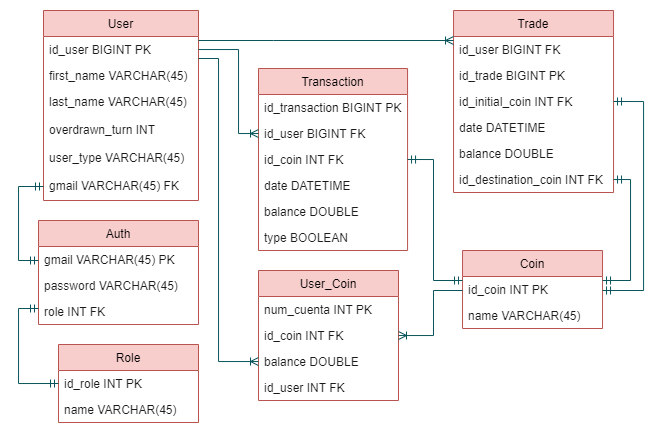
This is Diagramas/Diagrama Entidad-Relación.png from LeoGrigoriadis/Proyecto-Final-Java, a draw.io export, as it was before one commit. Source tidied: cells renumbered, new cells last; positions are measured from the earlier drawing's top-left corner, leaving out a move shared by most shapes.
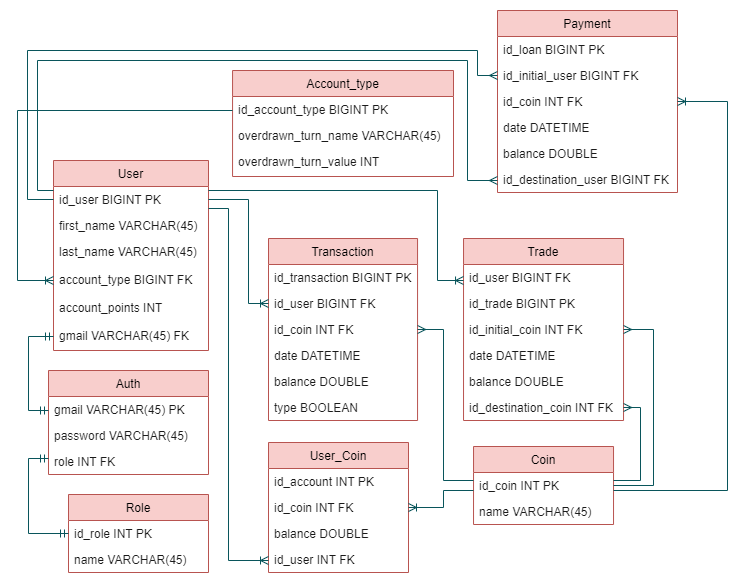
Later version of the same file.

Commit message:
Nuevo cambio a Diagrama

Agregué la tabla Account_type donde especificamos los tipos de usuario disponible (los cuales tendrán ventajas específicas previamente planteadas) y la tabla Payment que permite realizar transacciones entre usuarios, momentáneamente como pagos.

The edit, as a diff of the source:
```diff
@@ -3,7 +3,7 @@
     <mxCell id="0" />
     <mxCell id="1" parent="0" />
     <mxCell id="2" value="Auth" style="swimlane;fontStyle=0;horizontal=1;startSize=26;fillColor=#f8cecc;strokeColor=#b85450;swimlaneFillColor=default;" parent="1" vertex="1">
-      <mxGeometry x="20" y="210" width="160" height="104" as="geometry" />
+      <mxGeometry x="-29" y="180" width="160" height="104" as="geometry" />
     </mxCell>
     <mxCell id="3" value="gmail VARCHAR(45) PK" style="text;strokeColor=none;fillColor=none;align=left;verticalAlign=top;spacingLeft=4;spacingRight=4;overflow=hidden;points=[[0,0.5],[1,0.5]];portConstraint=eastwest;fontColor=#1A1A1A;" parent="2" vertex="1">
       <mxGeometry y="26" width="160" height="26" as="geometry" />
@@ -15,7 +15,7 @@
       <mxGeometry y="78" width="160" height="26" as="geometry" />
     </mxCell>
     <mxCell id="6" value="Role" style="swimlane;fontStyle=0;horizontal=1;startSize=26;fillColor=#f8cecc;strokeColor=#b85450;swimlaneFillColor=default;" parent="1" vertex="1">
-      <mxGeometry x="40" y="334" width="140" height="78" as="geometry" />
+      <mxGeometry x="-9" y="304" width="140" height="78" as="geometry" />
     </mxCell>
     <mxCell id="7" value="id_role INT PK" style="text;strokeColor=none;fillColor=none;align=left;verticalAlign=top;spacingLeft=4;spacingRight=4;overflow=hidden;points=[[0,0.5],[1,0.5]];portConstraint=eastwest;fontColor=#1A1A1A;" parent="6" vertex="1">
       <mxGeometry y="26" width="140" height="26" as="geometry" />
@@ -24,7 +24,7 @@
       <mxGeometry y="52" width="140" height="26" as="geometry" />
     </mxCell>
     <mxCell id="9" value="User" style="swimlane;fontStyle=0;horizontal=1;startSize=26;fillColor=#f8cecc;strokeColor=#b85450;swimlaneFillColor=default;" parent="1" vertex="1">
-      <mxGeometry x="25" width="155" height="190" as="geometry" />
+      <mxGeometry x="-24" y="-30" width="155" height="190" as="geometry" />
     </mxCell>
     <mxCell id="10" value="id_user BIGINT PK" style="text;strokeColor=none;fillColor=none;align=left;verticalAlign=top;spacingLeft=4;spacingRight=4;overflow=hidden;points=[[0,0.5],[1,0.5]];portConstraint=eastwest;fontColor=#1A1A1A;" parent="9" vertex="1">
       <mxGeometry y="26" width="155" height="26" as="geometry" />
@@ -35,17 +35,17 @@
     <mxCell id="12" value="last_name VARCHAR(45)" style="text;strokeColor=none;fillColor=none;align=left;verticalAlign=top;spacingLeft=4;spacingRight=4;overflow=hidden;fontColor=#1A1A1A;" parent="9" vertex="1">
       <mxGeometry y="78" width="155" height="28" as="geometry" />
     </mxCell>
-    <mxCell id="13" value="overdrawn_turn INT " style="text;strokeColor=none;fillColor=none;align=left;verticalAlign=top;spacingLeft=4;spacingRight=4;overflow=hidden;fontColor=#1A1A1A;" parent="9" vertex="1">
-      <mxGeometry y="106" width="155" height="28" as="geometry" />
-    </mxCell>
-    <mxCell id="14" value="user_type VARCHAR(45)" style="text;strokeColor=none;fillColor=none;align=left;verticalAlign=top;spacingLeft=4;spacingRight=4;overflow=hidden;points=[[0,0.5],[1,0.5]];portConstraint=eastwest;fontColor=#1A1A1A;" parent="9" vertex="1">
-      <mxGeometry y="134" width="155" height="28" as="geometry" />
+    <mxCell id="14" value="account_type BIGINT FK" style="text;strokeColor=none;fillColor=none;align=left;verticalAlign=top;spacingLeft=4;spacingRight=4;overflow=hidden;points=[[0,0.5],[1,0.5]];portConstraint=eastwest;fontColor=#1A1A1A;" parent="9" vertex="1">
+      <mxGeometry y="106" width="155" height="28" as="geometry" />
     </mxCell>
+    <mxCell id="47" value="account_points INT" style="text;strokeColor=none;fillColor=none;align=left;verticalAlign=top;spacingLeft=4;spacingRight=4;overflow=hidden;fontColor=#1A1A1A;" parent="9" vertex="1">
+      <mxGeometry y="134" width="155" height="28" as="geometry" />
+    </mxCell>
     <mxCell id="15" value="gmail VARCHAR(45) FK" style="text;strokeColor=none;fillColor=none;align=left;verticalAlign=top;spacingLeft=4;spacingRight=4;overflow=hidden;points=[[0,0.5],[1,0.5]];portConstraint=eastwest;fontColor=#1A1A1A;" parent="9" vertex="1">
       <mxGeometry y="162" width="155" height="28" as="geometry" />
     </mxCell>
     <mxCell id="16" value="Coin" style="swimlane;fontStyle=0;horizontal=1;startSize=26;fillColor=#f8cecc;strokeColor=#b85450;swimlaneFillColor=default;" parent="1" vertex="1">
-      <mxGeometry x="444" y="240" width="140" height="78" as="geometry" />
+      <mxGeometry x="396" y="256" width="140" height="78" as="geometry" />
     </mxCell>
     <mxCell id="17" value="id_coin INT PK" style="text;strokeColor=none;fillColor=none;align=left;verticalAlign=top;spacingLeft=4;spacingRight=4;overflow=hidden;points=[[0,0.5],[1,0.5]];portConstraint=eastwest;fontColor=#1A1A1A;" parent="16" vertex="1">
       <mxGeometry y="26" width="140" height="26" as="geometry" />
@@ -54,7 +54,7 @@
       <mxGeometry y="52" width="140" height="26" as="geometry" />
     </mxCell>
     <mxCell id="19" value="Transaction" style="swimlane;fontStyle=0;horizontal=1;startSize=26;fillColor=#f8cecc;strokeColor=#b85450;swimlaneFillColor=default;" parent="1" vertex="1">
-      <mxGeometry x="240" y="58" width="149.1" height="182" as="geometry" />
+      <mxGeometry x="191" y="48" width="149.1" height="182" as="geometry" />
     </mxCell>
     <mxCell id="20" value="id_transaction BIGINT PK" style="text;strokeColor=none;fillColor=none;align=left;verticalAlign=top;spacingLeft=4;spacingRight=4;overflow=hidden;fontColor=#1A1A1A;" parent="19" vertex="1">
       <mxGeometry y="26" width="149.1" height="26" as="geometry" />
@@ -75,9 +75,9 @@
       <mxGeometry y="156" width="149.1" height="26" as="geometry" />
     </mxCell>
     <mxCell id="26" value="User_Coin" style="swimlane;fontStyle=0;horizontal=1;startSize=26;fillColor=#f8cecc;strokeColor=#b85450;swimlaneFillColor=default;" parent="1" vertex="1">
-      <mxGeometry x="240" y="260" width="140" height="130" as="geometry" />
+      <mxGeometry x="191" y="252" width="140" height="130" as="geometry" />
     </mxCell>
-    <mxCell id="27" value="num_cuenta INT PK" style="text;strokeColor=none;fillColor=none;align=left;verticalAlign=top;spacingLeft=4;spacingRight=4;overflow=hidden;fontColor=#1A1A1A;" parent="26" vertex="1">
+    <mxCell id="27" value="id_account INT PK" style="text;strokeColor=none;fillColor=none;align=left;verticalAlign=top;spacingLeft=4;spacingRight=4;overflow=hidden;fontColor=#1A1A1A;" parent="26" vertex="1">
       <mxGeometry y="26" width="140" height="26" as="geometry" />
     </mxCell>
     <mxCell id="28" value="id_coin INT FK" style="text;strokeColor=none;fillColor=none;align=left;verticalAlign=top;spacingLeft=4;spacingRight=4;overflow=hidden;points=[[0,0.5],[1,0.5]];portConstraint=eastwest;fontColor=#1A1A1A;" parent="26" vertex="1">
@@ -90,7 +90,7 @@
       <mxGeometry y="104" width="140" height="26" as="geometry" />
     </mxCell>
     <mxCell id="31" value="Trade" style="swimlane;fontStyle=0;horizontal=1;startSize=26;fillColor=#f8cecc;strokeColor=#b85450;swimlaneFillColor=default;" parent="1" vertex="1">
-      <mxGeometry x="435" width="160" height="182" as="geometry" />
+      <mxGeometry x="386" y="48" width="160" height="182" as="geometry" />
     </mxCell>
     <mxCell id="32" value="id_user BIGINT FK" style="text;strokeColor=none;fillColor=none;align=left;verticalAlign=top;spacingLeft=4;spacingRight=4;overflow=hidden;points=[[0,0.5],[1,0.5]];portConstraint=eastwest;fontColor=#1A1A1A;" parent="31" vertex="1">
       <mxGeometry y="26" width="160" height="26" as="geometry" />
@@ -110,77 +110,146 @@
     <mxCell id="37" value="id_destination_coin INT FK" style="text;strokeColor=none;fillColor=none;align=left;verticalAlign=top;spacingLeft=4;spacingRight=4;overflow=hidden;points=[[0,0.5],[1,0.5]];portConstraint=eastwest;fontColor=#1A1A1A;" parent="31" vertex="1">
       <mxGeometry y="156" width="160" height="26" as="geometry" />
     </mxCell>
-    <mxCell id="38" style="edgeStyle=orthogonalEdgeStyle;fontSize=12;html=1;endArrow=ERmandOne;startArrow=ERmandOne;rounded=0;entryX=1;entryY=0.5;entryDx=0;entryDy=0;strokeColor=#09555B;fontColor=#1A1A1A;" parent="1" edge="1" source="17" target="22">
+    <mxCell id="38" style="edgeStyle=orthogonalEdgeStyle;fontSize=12;html=1;endArrow=ERmany;startArrow=none;rounded=0;entryX=1;entryY=0.5;entryDx=0;entryDy=0;strokeColor=#09555B;fontColor=#1A1A1A;startFill=0;endFill=0;" parent="1" edge="1" source="17" target="22">
       <mxGeometry relative="1" as="geometry">
         <Array as="points">
-          <mxPoint x="415" y="270" />
-          <mxPoint x="415" y="149" />
+          <mxPoint x="366" y="290" />
+          <mxPoint x="366" y="139" />
         </Array>
       </mxGeometry>
     </mxCell>
-    <mxCell id="39" style="edgeStyle=orthogonalEdgeStyle;fontSize=12;html=1;endArrow=ERmandOne;startArrow=ERmandOne;rounded=0;entryX=1;entryY=0.5;entryDx=0;entryDy=0;strokeColor=#09555B;fontColor=#1A1A1A;" parent="1" edge="1" source="17" target="34">
+    <mxCell id="39" style="edgeStyle=orthogonalEdgeStyle;fontSize=12;html=1;endArrow=ERmany;startArrow=none;rounded=0;entryX=1;entryY=0.5;entryDx=0;entryDy=0;strokeColor=#09555B;fontColor=#1A1A1A;startFill=0;endFill=0;" parent="1" edge="1" source="17" target="34">
       <mxGeometry relative="1" as="geometry">
         <Array as="points">
-          <mxPoint x="625.1" y="280" />
-          <mxPoint x="625.1" y="91" />
+          <mxPoint x="576" y="295" />
+          <mxPoint x="576" y="139" />
         </Array>
       </mxGeometry>
     </mxCell>
     <mxCell id="40" style="edgeStyle=orthogonalEdgeStyle;fontSize=12;html=1;endArrow=none;startArrow=ERoneToMany;rounded=0;strokeColor=#09555B;fontColor=#1A1A1A;startFill=0;endFill=0;" parent="1" edge="1" source="21" target="10">
       <mxGeometry relative="1" as="geometry">
         <Array as="points">
-          <mxPoint x="220" y="123" />
-          <mxPoint x="220" y="39" />
+          <mxPoint x="171" y="113" />
+          <mxPoint x="171" y="9" />
         </Array>
       </mxGeometry>
     </mxCell>
     <mxCell id="41" style="edgeStyle=orthogonalEdgeStyle;fontSize=12;html=1;endArrow=ERoneToMany;startArrow=none;rounded=0;strokeColor=#09555B;fontColor=#1A1A1A;endFill=0;startFill=0;" parent="1" edge="1" source="10" target="32">
       <mxGeometry relative="1" as="geometry">
         <Array as="points">
-          <mxPoint x="255" y="30" />
-          <mxPoint x="255" y="30" />
+          <mxPoint x="360" />
+          <mxPoint x="360" y="90" />
         </Array>
       </mxGeometry>
     </mxCell>
     <mxCell id="42" style="edgeStyle=orthogonalEdgeStyle;fontSize=12;html=1;endArrow=ERmandOne;startArrow=ERmandOne;rounded=0;entryX=0;entryY=0.5;entryDx=0;entryDy=0;strokeColor=#09555B;fontColor=#1A1A1A;" parent="1" edge="1" source="5" target="7">
       <mxGeometry relative="1" as="geometry">
         <Array as="points">
-          <mxPoint y="298" />
-          <mxPoint y="373" />
+          <mxPoint x="-49" y="268" />
+          <mxPoint x="-49" y="343" />
         </Array>
       </mxGeometry>
     </mxCell>
     <mxCell id="43" style="edgeStyle=orthogonalEdgeStyle;fontSize=12;html=1;endArrow=ERmandOne;startArrow=ERmandOne;rounded=0;strokeColor=#09555B;fontColor=#1A1A1A;" parent="1" edge="1" source="3" target="15">
       <mxGeometry relative="1" as="geometry">
         <Array as="points">
-          <mxPoint y="250" />
-          <mxPoint y="176" />
+          <mxPoint x="-49" y="220" />
+          <mxPoint x="-49" y="146" />
         </Array>
       </mxGeometry>
     </mxCell>
-    <mxCell id="44" style="edgeStyle=orthogonalEdgeStyle;fontSize=12;html=1;endArrow=ERoneToMany;rounded=0;strokeColor=#09555B;fontColor=#1A1A1A;startArrow=none;startFill=0;" parent="1" edge="1" source="10" target="29">
+    <mxCell id="44" style="edgeStyle=orthogonalEdgeStyle;fontSize=12;html=1;endArrow=ERoneToMany;rounded=0;strokeColor=#09555B;fontColor=#1A1A1A;startArrow=none;startFill=0;" parent="1" edge="1" source="10" target="30">
       <mxGeometry relative="1" as="geometry">
         <Array as="points">
-          <mxPoint x="200" y="48" />
-          <mxPoint x="200" y="351" />
+          <mxPoint x="151" y="18" />
+          <mxPoint x="151" y="370" />
         </Array>
       </mxGeometry>
     </mxCell>
     <mxCell id="45" style="edgeStyle=orthogonalEdgeStyle;fontSize=12;html=1;endArrow=ERoneToMany;rounded=0;strokeColor=#09555B;fontColor=#1A1A1A;startArrow=none;startFill=0;" parent="1" edge="1" source="17" target="28">
       <mxGeometry relative="1" as="geometry">
         <Array as="points">
-          <mxPoint x="415" y="280" />
-          <mxPoint x="415" y="325" />
+          <mxPoint x="366" y="300" />
+          <mxPoint x="366" y="317" />
         </Array>
       </mxGeometry>
     </mxCell>
-    <mxCell id="46" style="edgeStyle=orthogonalEdgeStyle;fontSize=12;html=1;endArrow=ERmandOne;startArrow=ERmandOne;rounded=0;strokeColor=#09555B;fontColor=#1A1A1A;" parent="1" edge="1" source="17" target="37">
+    <mxCell id="46" style="edgeStyle=orthogonalEdgeStyle;fontSize=12;html=1;endArrow=ERmany;startArrow=none;rounded=0;strokeColor=#09555B;fontColor=#1A1A1A;endFill=0;startFill=0;" parent="1" edge="1" source="17" target="37">
       <mxGeometry relative="1" as="geometry">
         <Array as="points">
-          <mxPoint x="612.1" y="270" />
-          <mxPoint x="612.1" y="169" />
+          <mxPoint x="563" y="290" />
+          <mxPoint x="563" y="217" />
         </Array>
       </mxGeometry>
     </mxCell>
+    <mxCell id="48" value="Account_type" style="swimlane;fontStyle=0;horizontal=1;startSize=26;fillColor=#f8cecc;strokeColor=#b85450;swimlaneFillColor=default;" parent="1" vertex="1">
+      <mxGeometry x="155.1" y="-120" width="220.9" height="106" as="geometry" />
+    </mxCell>
+    <mxCell id="49" value="id_account_type BIGINT PK" style="text;strokeColor=none;fillColor=none;align=left;verticalAlign=top;spacingLeft=4;spacingRight=4;overflow=hidden;points=[[0,0.5],[1,0.5]];portConstraint=eastwest;fontColor=#1A1A1A;" parent="48" vertex="1">
+      <mxGeometry y="26" width="220.9" height="26" as="geometry" />
+    </mxCell>
+    <mxCell id="50" value="overdrawn_turn_name VARCHAR(45)" style="text;strokeColor=none;fillColor=none;align=left;verticalAlign=top;spacingLeft=4;spacingRight=4;overflow=hidden;fontColor=#1A1A1A;" parent="48" vertex="1">
+      <mxGeometry y="52" width="220.9" height="26" as="geometry" />
+    </mxCell>
+    <mxCell id="51" value="overdrawn_turn_value INT" style="text;strokeColor=none;fillColor=none;align=left;verticalAlign=top;spacingLeft=4;spacingRight=4;overflow=hidden;fontColor=#1A1A1A;" parent="48" vertex="1">
+      <mxGeometry y="78" width="220.9" height="28" as="geometry" />
+    </mxCell>
+    <mxCell id="52" style="edgeStyle=orthogonalEdgeStyle;fontSize=12;html=1;endArrow=ERoneToMany;rounded=0;strokeColor=#09555B;" parent="1" edge="1" source="49" target="14">
+      <mxGeometry relative="1" as="geometry">
+        <Array as="points">
+          <mxPoint x="-60" y="-80" />
+          <mxPoint x="-60" y="90" />
+        </Array>
+      </mxGeometry>
+    </mxCell>
+    <mxCell id="53" value="Payment" style="swimlane;fontStyle=0;horizontal=1;startSize=26;fillColor=#f8cecc;strokeColor=#b85450;swimlaneFillColor=default;" parent="1" vertex="1">
+      <mxGeometry x="420" y="-180" width="180" height="182" as="geometry" />
+    </mxCell>
+    <mxCell id="54" value="id_loan BIGINT PK" style="text;strokeColor=none;fillColor=none;align=left;verticalAlign=top;spacingLeft=4;spacingRight=4;overflow=hidden;fontColor=#1A1A1A;" parent="53" vertex="1">
+      <mxGeometry y="26" width="180" height="26" as="geometry" />
+    </mxCell>
+    <mxCell id="55" value="id_initial_user BIGINT FK" style="text;strokeColor=none;fillColor=none;align=left;verticalAlign=top;spacingLeft=4;spacingRight=4;overflow=hidden;points=[[0,0.5],[1,0.5]];portConstraint=eastwest;fontColor=#1A1A1A;" parent="53" vertex="1">
+      <mxGeometry y="52" width="180" height="26" as="geometry" />
+    </mxCell>
+    <mxCell id="56" value="id_coin INT FK" style="text;strokeColor=none;fillColor=none;align=left;verticalAlign=top;spacingLeft=4;spacingRight=4;overflow=hidden;points=[[0,0.5],[1,0.5]];portConstraint=eastwest;fontColor=#1A1A1A;" parent="53" vertex="1">
+      <mxGeometry y="78" width="180" height="26" as="geometry" />
+    </mxCell>
+    <mxCell id="57" value="date DATETIME" style="text;strokeColor=none;fillColor=none;align=left;verticalAlign=top;spacingLeft=4;spacingRight=4;overflow=hidden;fontColor=#1A1A1A;" parent="53" vertex="1">
+      <mxGeometry y="104" width="180" height="26" as="geometry" />
+    </mxCell>
+    <mxCell id="58" value="balance DOUBLE" style="text;strokeColor=none;fillColor=none;align=left;verticalAlign=top;spacingLeft=4;spacingRight=4;overflow=hidden;fontColor=#1A1A1A;" parent="53" vertex="1">
+      <mxGeometry y="130" width="180" height="26" as="geometry" />
+    </mxCell>
+    <mxCell id="59" value="id_destination_user BIGINT FK" style="text;strokeColor=none;fillColor=none;align=left;verticalAlign=top;spacingLeft=4;spacingRight=4;overflow=hidden;points=[[0,0.5],[1,0.5]];portConstraint=eastwest;fontColor=#1A1A1A;" parent="53" vertex="1">
+      <mxGeometry y="156" width="180" height="26" as="geometry" />
+    </mxCell>
+    <mxCell id="60" style="edgeStyle=orthogonalEdgeStyle;fontSize=12;html=1;endArrow=ERmany;rounded=0;strokeColor=#09555B;" parent="1" edge="1" source="10" target="55">
+      <mxGeometry relative="1" as="geometry">
+        <Array as="points">
+          <mxPoint x="-50" y="9" />
+          <mxPoint x="-50" y="-140" />
+          <mxPoint x="400" y="-140" />
+          <mxPoint x="400" y="-115" />
+        </Array>
+      </mxGeometry>
+    </mxCell>
+    <mxCell id="61" style="edgeStyle=orthogonalEdgeStyle;fontSize=12;html=1;endArrow=ERmany;rounded=0;strokeColor=#09555B;" parent="1" edge="1" source="10" target="59">
+      <mxGeometry relative="1" as="geometry">
+        <Array as="points">
+          <mxPoint x="-40" />
+          <mxPoint x="-40" y="-130" />
+          <mxPoint x="390" y="-130" />
+          <mxPoint x="390" y="-10" />
+        </Array>
+      </mxGeometry>
+    </mxCell>
+    <mxCell id="62" style="edgeStyle=orthogonalEdgeStyle;fontSize=12;html=1;endArrow=ERoneToMany;rounded=0;strokeColor=#09555B;" parent="1" edge="1" source="17" target="56">
+      <mxGeometry relative="1" as="geometry">
+        <Array as="points">
+          <mxPoint x="650" y="300" />
+          <mxPoint x="650" y="-89" />
+        </Array>
+      </mxGeometry>
+    </mxCell>
   </root>
 </mxGraphModel>
```
